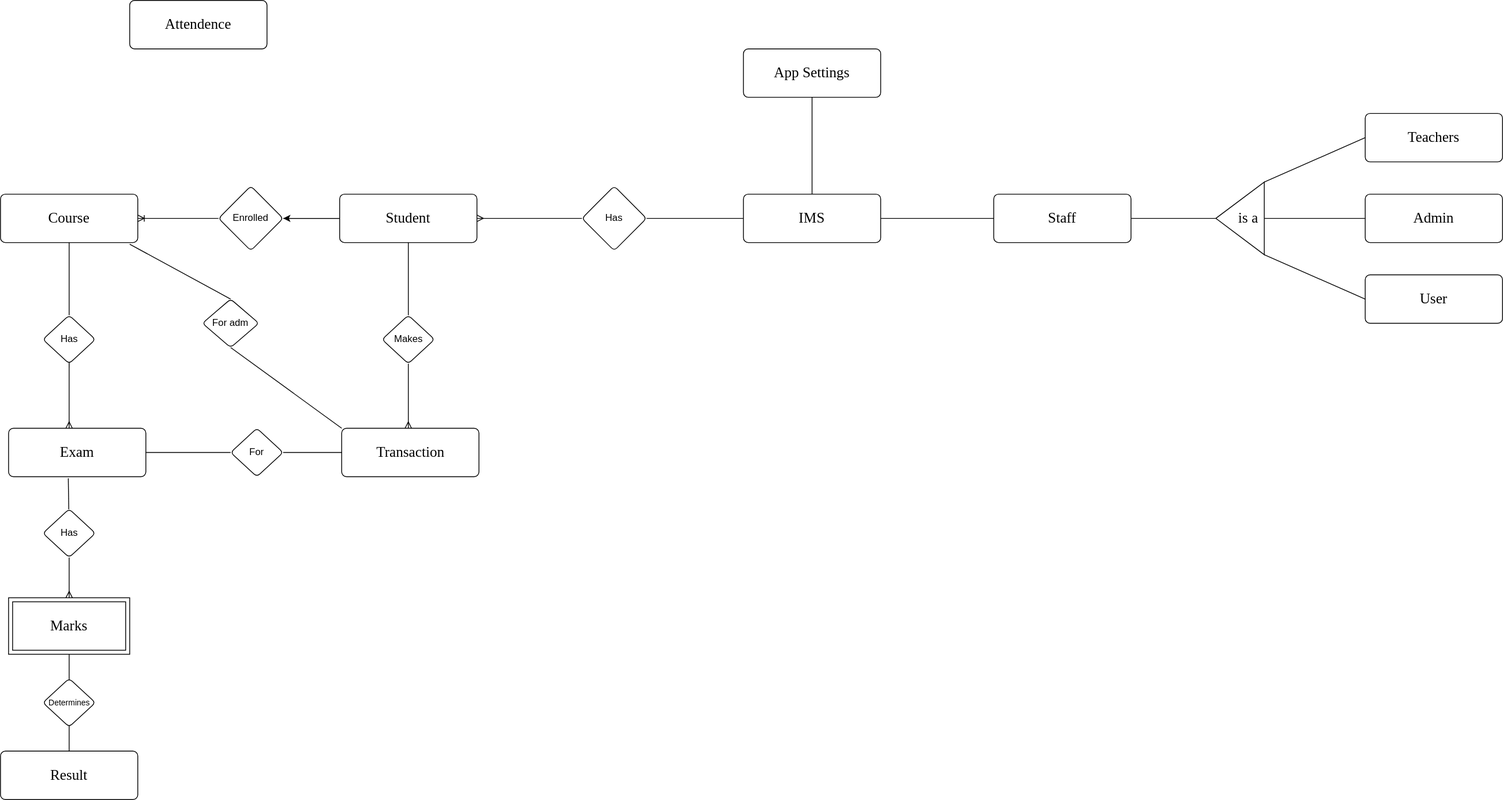
This is IMS E-R .drawio.svg from IshuPrabhakar/Institute-Management-System, a draw.io export, as it was before one commit. Source tidied: cells renumbered, new cells last; positions are measured from the earlier drawing's top-left corner, leaving out a move shared by most shapes.
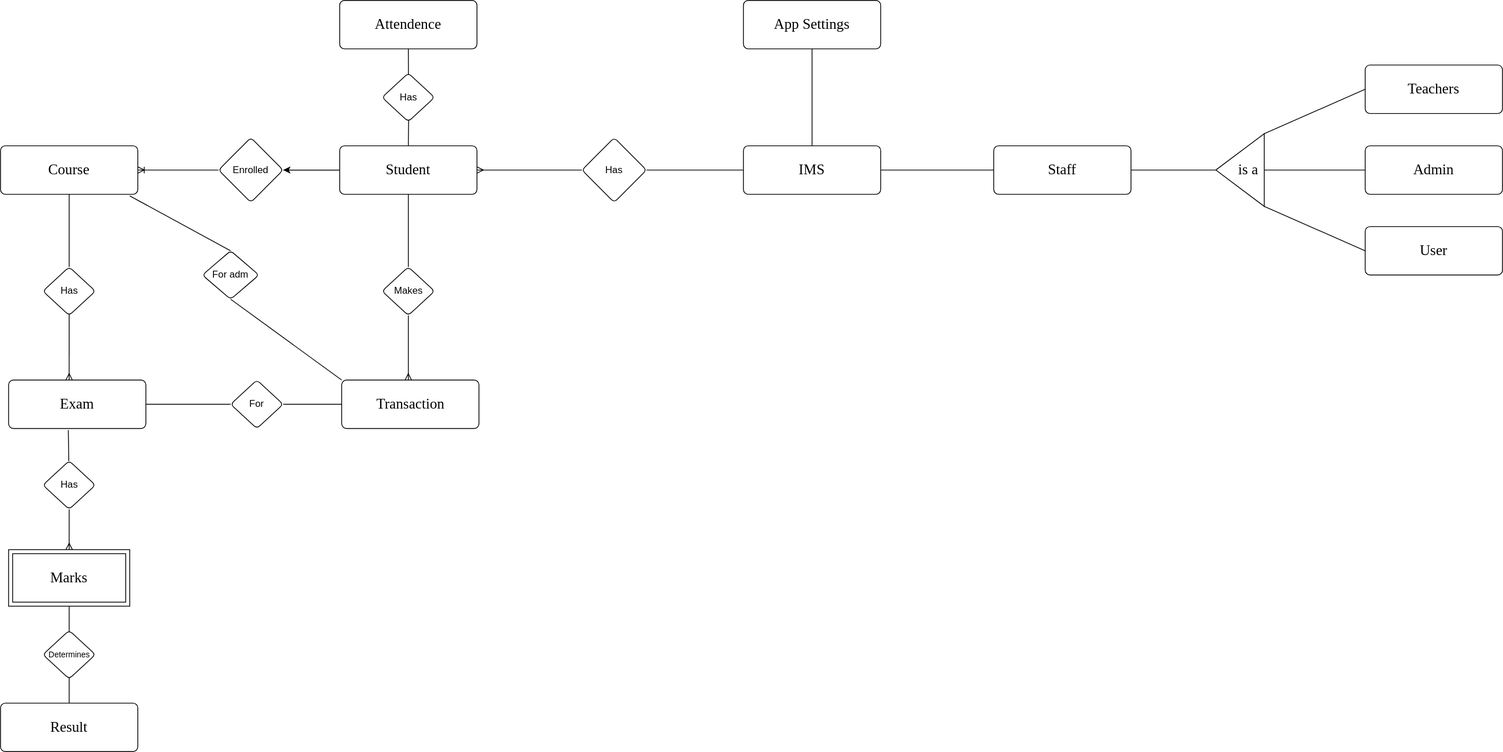
Later version of the same file.

Change to the diagram source:
```diff
@@ -17,7 +17,7 @@
     </object>
     <object id="5" label="&lt;font face=&quot;Poppins&quot; style=&quot;font-size: 18px;&quot;&gt;Attendence&lt;/font&gt;" placeholders="1">
       <mxCell style="rounded=1;arcSize=10;whiteSpace=wrap;html=1;align=center;" parent="1" vertex="1">
-        <mxGeometry x="160" width="170" height="60" as="geometry" />
+        <mxGeometry x="420" y="60" width="170" height="60" as="geometry" />
       </mxCell>
     </object>
     <object id="6" label="&lt;font face=&quot;Poppins&quot; style=&quot;font-size: 18px;&quot;&gt;Transaction&lt;/font&gt;" placeholders="1">
@@ -174,5 +174,15 @@
         <mxPoint x="400" y="110" as="targetPoint" />
       </mxGeometry>
     </mxCell>
+    <mxCell id="49" style="fontSize=12;html=1;endArrow=none;rounded=0;fontFamily=Times New Roman;endFill=0;entryX=0.5;entryY=0;entryDx=0;entryDy=0;exitX=0.5;exitY=1;exitDx=0;exitDy=0;" parent="1" edge="1" source="5" target="3">
+      <mxGeometry relative="1" as="geometry">
+        <Array as="points">
+          <mxPoint x="505.5" y="200" />
+        </Array>
+      </mxGeometry>
+    </mxCell>
+    <mxCell id="50" value="Has" style="rhombus;whiteSpace=wrap;html=1;rounded=1;arcSize=10;" parent="1" vertex="1">
+      <mxGeometry x="472.5" y="150" width="65" height="60" as="geometry" />
+    </mxCell>
   </root>
 </mxGraphModel>
```
